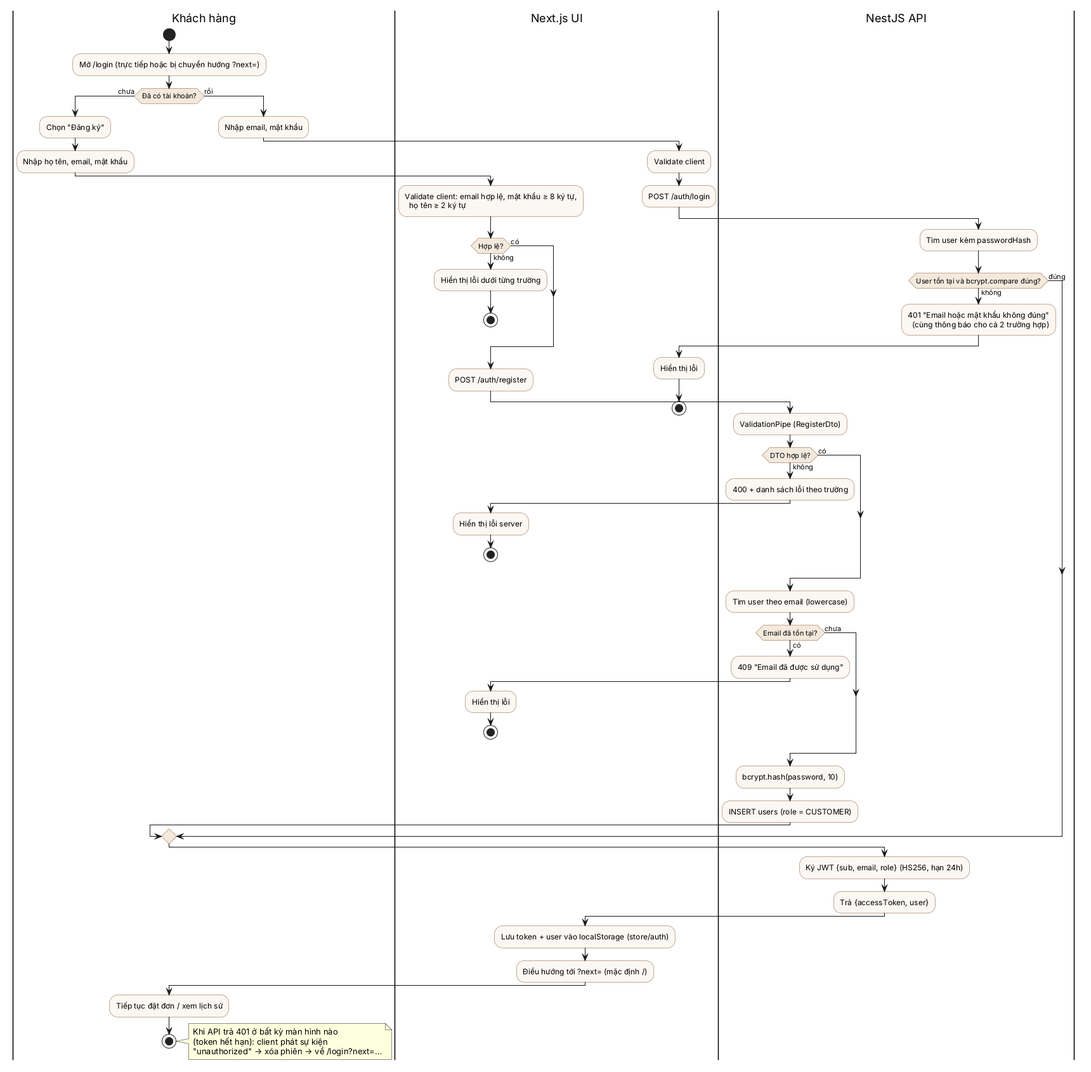
Before: docs/diagrams/activity-auth.png, a diagram exported from PlantUML (LHTCoder/brewlite).
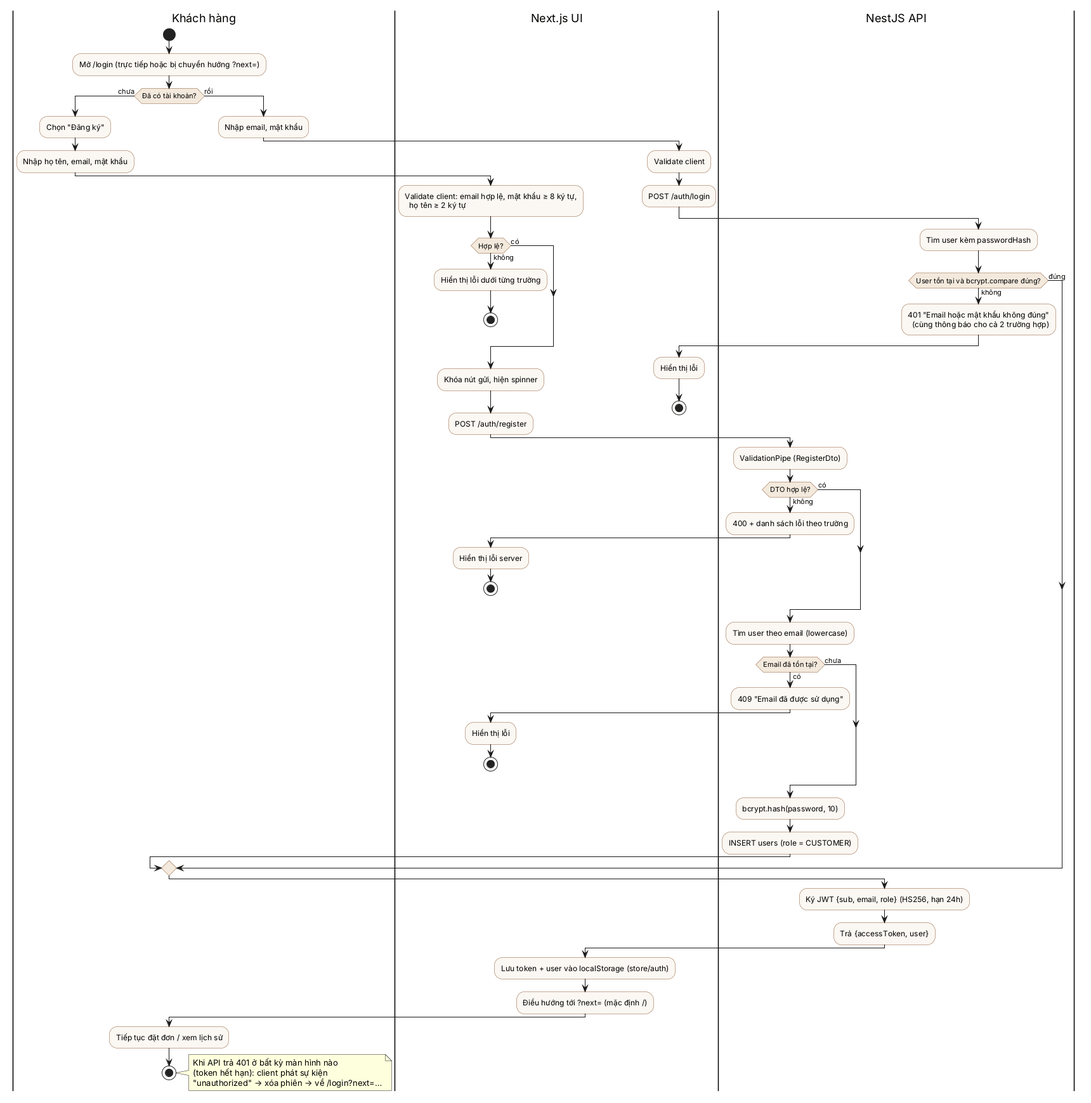
Above is the later version.

Commit message:
docs: sơ đồ activity không còn đường nối đè lên ô

Diff of the diagram source:
```diff
@@ -16,6 +16,7 @@
     stop
   else (có)
   endif
+  :Khóa nút gửi, hiện spinner;
   :POST /auth/register;
   |NestJS API|
   :ValidationPipe (RegisterDto);
```
